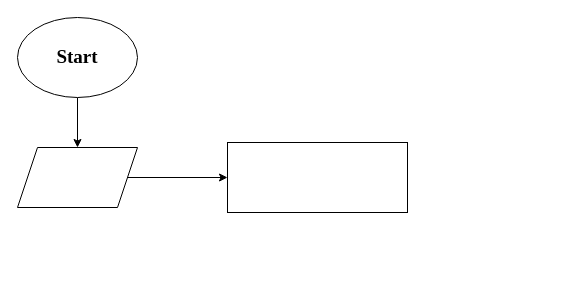
salaheldeenyasser/Gait-Monitoring-System keeps this draw.io diagram as Block-Diagram/Untitled Diagram.drawio. Above is the earlier version. Source tidied: cells renumbered, new cells numbered last; positions are measured from the earlier drawing's top-left corner, leaving out a move shared by most shapes. Both pictures are drawn from the tidied source at 100%, with x=0, y=0 at pixel (17, 17).
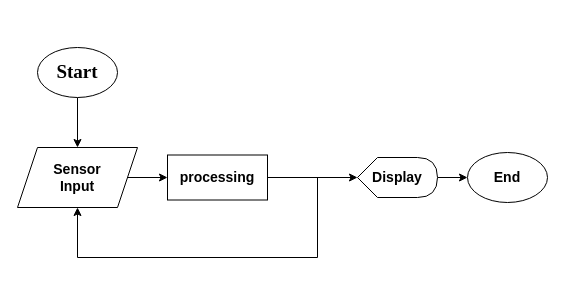
The same page after the edit.

Diff of the diagram source:
```diff
@@
 <mxGraphModel>
   <root>
     <mxCell id="0" />
     <mxCell id="1" parent="0" />
-    <mxCell id="2" style="rounded=0;whiteSpace=wrap;html=1;" parent="1" vertex="1">
-      <mxGeometry x="210" y="125" width="180" height="70" as="geometry" />
+    <mxCell id="2" value="&lt;font size=&quot;1&quot;&gt;&lt;b style=&quot;font-size: 14px;&quot;&gt;processing&lt;/b&gt;&lt;/font&gt;" style="rounded=0;whiteSpace=wrap;html=1;" parent="1" vertex="1">
+      <mxGeometry x="150" y="137.5" width="100" height="45" as="geometry" />
     </mxCell>
     <mxCell id="3" style="edgeStyle=orthogonalEdgeStyle;rounded=0;jettySize=auto;html=1;" parent="1" edge="1" source="4" target="2">
       <mxGeometry relative="1" as="geometry" />
     </mxCell>
-    <mxCell id="4" style="shape=parallelogram;perimeter=parallelogramPerimeter;whiteSpace=wrap;html=1;fixedSize=1;" parent="1" vertex="1">
+    <mxCell id="4" value="&lt;font style=&quot;font-size: 14px;&quot;&gt;Sensor&lt;/font&gt;&lt;div style=&quot;font-size: 14px;&quot;&gt;&lt;font style=&quot;font-size: 14px;&quot;&gt;Input&lt;/font&gt;&lt;/div&gt;" style="shape=parallelogram;perimeter=parallelogramPerimeter;whiteSpace=wrap;html=1;fixedSize=1;fontStyle=1;" parent="1" vertex="1">
       <mxGeometry y="130" width="120" height="60" as="geometry" />
     </mxCell>
     <mxCell id="5" style="edgeStyle=orthogonalEdgeStyle;rounded=0;jettySize=auto;html=1;" parent="1" edge="1" source="6" target="4">
       <mxGeometry relative="1" as="geometry" />
     </mxCell>
     <mxCell id="6" value="&lt;b&gt;&lt;font style=&quot;font-size: 19px;&quot;&gt;Start&lt;/font&gt;&lt;/b&gt;" style="ellipse;whiteSpace=wrap;html=1;fontFamily=Times New Roman;" parent="1" vertex="1">
-      <mxGeometry width="120" height="80" as="geometry" />
+      <mxGeometry x="20" y="30" width="80" height="50" as="geometry" />
     </mxCell>
+    <mxCell id="7" style="edgeStyle=orthogonalEdgeStyle;rounded=0;jettySize=auto;html=1;" parent="1" edge="1" source="8" target="9">
+      <mxGeometry relative="1" as="geometry" />
+    </mxCell>
+    <mxCell id="8" value="Displ&lt;span style=&quot;background-color: initial;&quot;&gt;ay&lt;/span&gt;" style="shape=display;whiteSpace=wrap;html=1;fontStyle=1;fontSize=14;" parent="1" vertex="1">
+      <mxGeometry x="340" y="140" width="80" height="40" as="geometry" />
+    </mxCell>
+    <mxCell id="9" value="End" style="ellipse;whiteSpace=wrap;html=1;fontStyle=1;fontSize=14;" parent="1" vertex="1">
+      <mxGeometry x="450" y="135" width="80" height="50" as="geometry" />
+    </mxCell>
+    <mxCell id="10" style="endArrow=classic;html=1;rounded=0;entryX=0.5;entryY=1;entryDx=0;entryDy=0;" parent="1" edge="1" target="4">
+      <mxGeometry relative="1" as="geometry">
+        <mxPoint x="300" y="160" as="sourcePoint" />
+        <Array as="points">
+          <mxPoint x="300" y="240" />
+          <mxPoint x="60" y="240" />
+        </Array>
+      </mxGeometry>
+    </mxCell>
+    <mxCell id="11" style="edgeStyle=orthogonalEdgeStyle;rounded=0;jettySize=auto;html=1;entryX=0;entryY=0.5;entryDx=0;entryDy=0;entryPerimeter=0;" parent="1" edge="1" source="2" target="8">
+      <mxGeometry relative="1" as="geometry" />
+    </mxCell>
   </root>
 </mxGraphModel>
```
